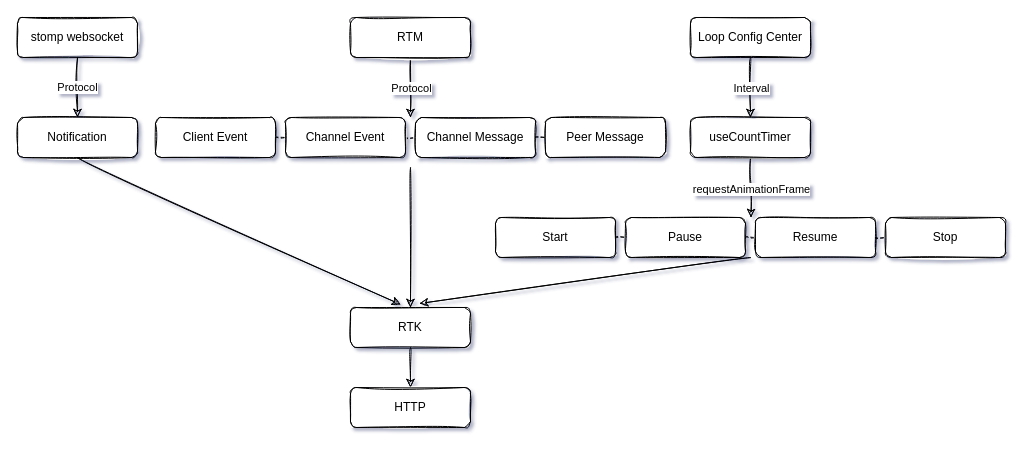
Earlier version of the draw.io diagram page "第 4 页" (4 of 4) of drawio/electron.drawio (zhixinpeng/storage). Source tidied: cells renumbered, new cells numbered last; positions are measured from the earlier drawing's top-left corner, leaving out a move shared by most shapes. Both pictures are drawn from the tidied source at 100%, with x=0, y=0 at pixel (17, 17).
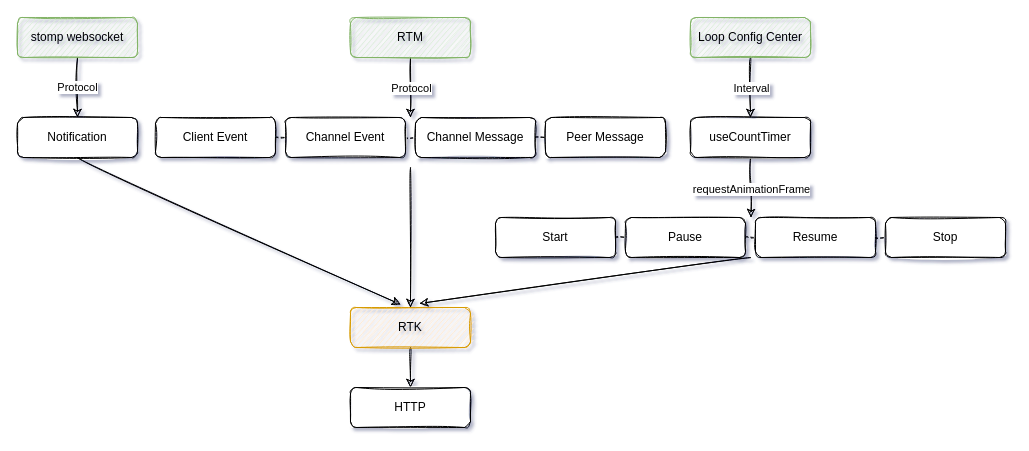
The same diagram, later.

What changed in the source:
```diff
@@
-    <mxCell id="3" value="stomp websocket" style="rounded=1;whiteSpace=wrap;html=1;sketch=1;" parent="1" vertex="1">
+    <mxCell id="3" value="stomp websocket" style="rounded=1;whiteSpace=wrap;html=1;sketch=1;fillColor=#d5e8d4;strokeColor=#82b366;" parent="1" vertex="1">
       <mxGeometry width="120" height="40" as="geometry" />
     </mxCell>
@@
-    <mxCell id="6" value="RTM" style="rounded=1;whiteSpace=wrap;html=1;sketch=1;" parent="1" vertex="1">
+    <mxCell id="6" value="RTM" style="rounded=1;whiteSpace=wrap;html=1;sketch=1;fillColor=#d5e8d4;strokeColor=#82b366;" parent="1" vertex="1">
       <mxGeometry x="333" width="120" height="40" as="geometry" />
     </mxCell>
@@
-    <mxCell id="17" value="Loop Config Center" style="rounded=1;whiteSpace=wrap;html=1;sketch=1;" parent="1" vertex="1">
+    <mxCell id="17" value="Loop Config Center" style="rounded=1;whiteSpace=wrap;html=1;sketch=1;fillColor=#d5e8d4;strokeColor=#82b366;" parent="1" vertex="1">
       <mxGeometry x="673" width="120" height="40" as="geometry" />
     </mxCell>
@@
-    <mxCell id="22" value="RTK" style="rounded=1;whiteSpace=wrap;html=1;sketch=1;" parent="1" vertex="1">
+    <mxCell id="22" value="RTK" style="rounded=1;whiteSpace=wrap;html=1;sketch=1;fillColor=#ffe6cc;strokeColor=#d79b00;" parent="1" vertex="1">
       <mxGeometry x="333" y="290" width="120" height="40" as="geometry" />
     </mxCell>
```
